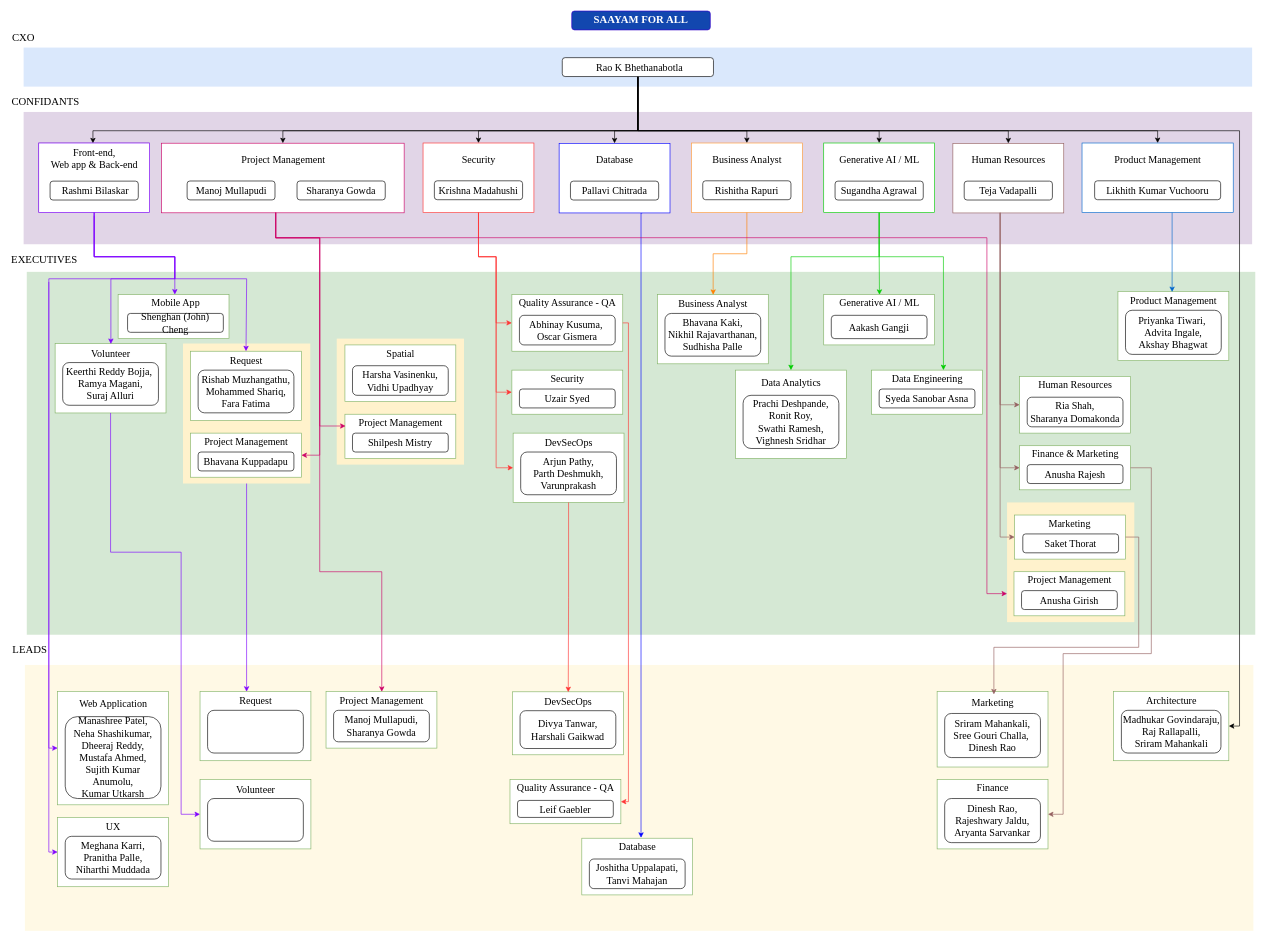
Before: saayam_organizationchart.drawio in PallaviChitrada10/PallaviChitrada10, a draw.io diagram. Source tidied: cells renumbered, new cells numbered last; positions are measured from the earlier drawing's top-left corner, leaving out a move shared by most shapes. Both pictures are drawn from the tidied source at 63%, with x=0, y=0 at pixel (11, 11).
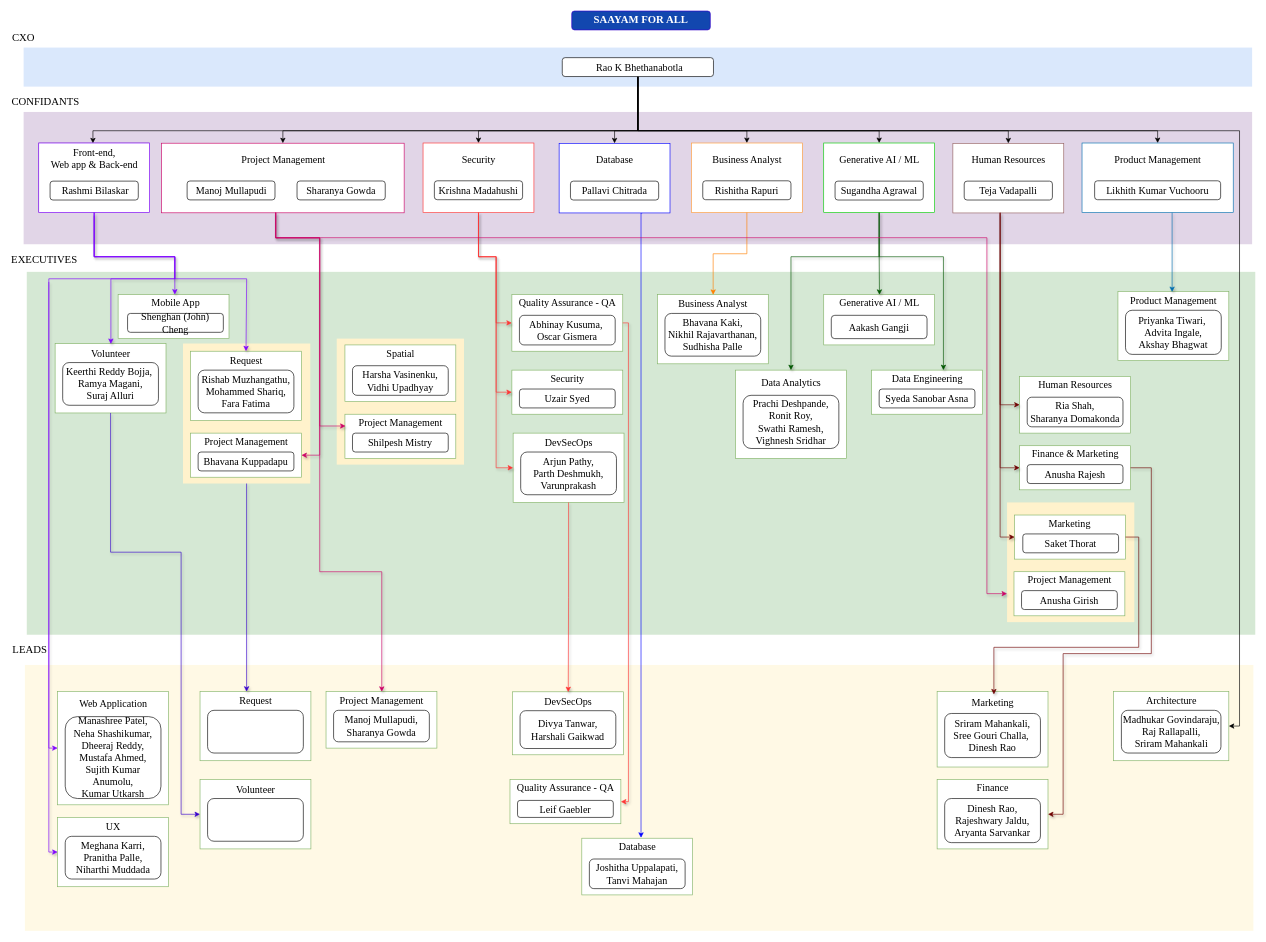
The same page after the edit.

Unchanged cells that the change refers to:
```xml
<mxCell id="20" style="rounded=0;whiteSpace=wrap;html=1;strokeColor=#7F00FF;fillColor=light-dark(#ffffff, #1f2f1e);fontFamily=Garamond;" parent="19" vertex="1">
<mxCell id="24" style="rounded=0;whiteSpace=wrap;html=1;strokeColor=#FF3333;fillColor=light-dark(#ffffff, #1f2f1e);fontFamily=Garamond;" parent="23" vertex="1">
<mxCell id="42" style="rounded=0;whiteSpace=wrap;html=1;strokeColor=#00CC00;fillColor=light-dark(#ffffff, #1f2f1e);fontFamily=Garamond;" parent="41" vertex="1">
<mxCell id="49" style="group;" parent="1" vertex="1">
<mxCell id="55" style="rounded=0;whiteSpace=wrap;html=1;strokeColor=#82b366;fillColor=light-dark(#ffffff, #1f2f1e);fontFamily=Garamond;" parent="54" vertex="1">
<mxCell id="60" style="rounded=0;whiteSpace=wrap;html=1;strokeColor=#82b366;fillColor=light-dark(#ffffff, #1f2f1e);fontFamily=Garamond;" parent="59" vertex="1">
<mxCell id="65" style="rounded=0;whiteSpace=wrap;html=1;strokeColor=#82b366;fillColor=light-dark(#ffffff, #1f2f1e);fontFamily=Garamond;" parent="64" vertex="1">
<mxCell id="70" style="rounded=0;whiteSpace=wrap;html=1;strokeColor=none;fillColor=#FFF2CC;fontFamily=Garamond;" parent="69" vertex="1">
<mxCell id="71" style="rounded=0;whiteSpace=wrap;html=1;strokeColor=#82b366;fillColor=light-dark(#ffffff, #1f2f1e);fontFamily=Garamond;" parent="69" vertex="1">
<mxCell id="76" style="rounded=0;whiteSpace=wrap;html=1;strokeColor=#82b366;fillColor=light-dark(#ffffff, #1f2f1e);fontFamily=Garamond;" parent="75" vertex="1">
<mxCell id="81" style="rounded=0;whiteSpace=wrap;html=1;strokeColor=#82b366;fillColor=light-dark(#ffffff, #1f2f1e);fontFamily=Garamond;" parent="80" vertex="1">
<mxCell id="86" style="rounded=0;whiteSpace=wrap;html=1;strokeColor=#82b366;fillColor=light-dark(#ffffff, #1f2f1e);fontFamily=Garamond;" parent="85" vertex="1">
<mxCell id="97" value="&lt;font face=&quot;Garamond&quot;&gt;&lt;span style=&quot;font-size: 16px;&quot;&gt;Generative AI / ML&lt;/span&gt;&lt;/font&gt;" style="text;html=1;whiteSpace=wrap;strokeColor=none;fillColor=none;align=center;verticalAlign=middle;rounded=0;" parent="95" vertex="1">
<mxCell id="108" value="&lt;font face=&quot;Garamond&quot;&gt;&lt;span style=&quot;font-size: 16px;&quot;&gt;Project Management&lt;/span&gt;&lt;/font&gt;" style="text;html=1;whiteSpace=wrap;strokeColor=none;fillColor=none;align=center;verticalAlign=middle;rounded=0;" parent="106" vertex="1">
<mxCell id="118" style="rounded=0;whiteSpace=wrap;html=1;strokeColor=#82b366;fillColor=light-dark(#ffffff, #1f2f1e);fontFamily=Garamond;" parent="116" vertex="1">
<mxCell id="133" style="rounded=0;whiteSpace=wrap;html=1;strokeColor=#82b366;fillColor=light-dark(#ffffff, #1f2f1e);fontFamily=Garamond;" parent="132" vertex="1">
<mxCell id="134" value="&lt;font face=&quot;Garamond&quot;&gt;&lt;span style=&quot;font-size: 16px;&quot;&gt;Volunteer&lt;/span&gt;&lt;/font&gt;" style="text;html=1;whiteSpace=wrap;strokeColor=none;fillColor=none;align=center;verticalAlign=middle;rounded=0;" parent="132" vertex="1">
<mxCell id="166" style="rounded=0;whiteSpace=wrap;html=1;strokeColor=#82b366;fillColor=light-dark(#ffffff, #1f2f1e);fontFamily=Garamond;" parent="165" vertex="1">
<mxCell id="172" style="rounded=0;whiteSpace=wrap;html=1;strokeColor=#82b366;fillColor=light-dark(#ffffff, #1f2f1e);fontFamily=Garamond;" parent="1" vertex="1">
<mxCell id="177" style="rounded=0;whiteSpace=wrap;html=1;strokeColor=#82b366;fillColor=light-dark(#ffffff, #1f2f1e);fontFamily=Garamond;" parent="176" vertex="1">
<mxCell id="183" style="rounded=0;whiteSpace=wrap;html=1;strokeColor=#82b366;fillColor=light-dark(#ffffff, #1f2f1e);fontFamily=Garamond;" parent="182" vertex="1">
<mxCell id="189" value="&lt;span style=&quot;font-family: Garamond; font-size: 16px;&quot;&gt;Project Management&lt;/span&gt;" style="text;html=1;whiteSpace=wrap;strokeColor=none;fillColor=none;align=center;verticalAlign=middle;rounded=0;" parent="1" vertex="1">
<mxCell id="199" value="&lt;font face=&quot;Garamond&quot;&gt;&lt;span style=&quot;font-size: 16px;&quot;&gt;DevSecOps&lt;/span&gt;&lt;/font&gt;" style="text;html=1;whiteSpace=wrap;strokeColor=none;fillColor=none;align=center;verticalAlign=middle;rounded=0;" parent="197" vertex="1">
<mxCell id="204" style="rounded=0;whiteSpace=wrap;html=1;strokeColor=#82b366;fillColor=light-dark(#ffffff, #1f2f1e);fontFamily=Garamond;" parent="203" vertex="1">
<mxCell id="216" value="&lt;font face=&quot;Garamond&quot;&gt;&lt;span style=&quot;font-size: 16px;&quot;&gt;Marketing&lt;/span&gt;&lt;/font&gt;" style="text;html=1;whiteSpace=wrap;strokeColor=none;fillColor=none;align=center;verticalAlign=middle;rounded=0;" parent="214" vertex="1">
<mxCell id="221" style="rounded=0;whiteSpace=wrap;html=1;strokeColor=#82b366;fillColor=light-dark(#ffffff, #1f2f1e);fontFamily=Garamond;" parent="220" vertex="1">
```

What changed in the source:
```diff
@@
-    <mxCell id="50" style="rounded=0;whiteSpace=wrap;html=1;strokeColor=#0066CC;fillColor=light-dark(#ffffff, #1f2f1e);fontFamily=Garamond;" parent="49" vertex="1">
+    <mxCell id="50" style="rounded=0;whiteSpace=wrap;html=1;strokeColor=#006EAF;fillColor=#FFFFFF;fontFamily=Garamond;fontColor=#ffffff;" parent="49" vertex="1">
       <mxGeometry width="240" height="110.5" as="geometry" />
     </mxCell>
@@
-    <mxCell id="142" style="edgeStyle=orthogonalEdgeStyle;rounded=0;jettySize=auto;html=1;exitX=0.5;exitY=1;exitDx=0;exitDy=0;entryX=0;entryY=0.5;entryDx=0;entryDy=0;strokeColor=#FF3333;" parent="1" edge="1" source="24" target="60">
+    <mxCell id="142" style="edgeStyle=orthogonalEdgeStyle;rounded=0;jettySize=auto;html=1;exitX=0.5;exitY=1;exitDx=0;exitDy=0;entryX=0;entryY=0.5;entryDx=0;entryDy=0;strokeColor=#FF3333;shadow=1;" parent="1" edge="1" source="24" target="60">
       <mxGeometry relative="1" as="geometry">
         <Array as="points">
           <mxPoint x="742" y="390" />
           <mxPoint x="770" y="390" />
           <mxPoint x="770" y="495" />
         </Array>
       </mxGeometry>
     </mxCell>
-    <mxCell id="143" style="edgeStyle=orthogonalEdgeStyle;rounded=0;jettySize=auto;html=1;exitX=0.5;exitY=1;exitDx=0;exitDy=0;entryX=0;entryY=0.5;entryDx=0;entryDy=0;strokeColor=#FF3333;" parent="1" edge="1" source="24" target="65">
+    <mxCell id="143" style="edgeStyle=orthogonalEdgeStyle;rounded=0;jettySize=auto;html=1;exitX=0.5;exitY=1;exitDx=0;exitDy=0;entryX=0;entryY=0.5;entryDx=0;entryDy=0;strokeColor=#FF3333;shadow=1;" parent="1" edge="1" source="24" target="65">
       <mxGeometry relative="1" as="geometry">
         <Array as="points">
           <mxPoint x="742" y="390" />
           <mxPoint x="770" y="390" />
           <mxPoint x="770" y="605" />
         </Array>
       </mxGeometry>
     </mxCell>
-    <mxCell id="144" style="edgeStyle=orthogonalEdgeStyle;rounded=0;jettySize=auto;html=1;exitX=0.5;exitY=1;exitDx=0;exitDy=0;entryX=0;entryY=0.5;entryDx=0;entryDy=0;fillColor=#99FFFF;strokeColor=#FF3333;" parent="1" edge="1" source="24" target="86">
+    <mxCell id="144" style="edgeStyle=orthogonalEdgeStyle;rounded=0;jettySize=auto;html=1;exitX=0.5;exitY=1;exitDx=0;exitDy=0;entryX=0;entryY=0.5;entryDx=0;entryDy=0;fillColor=#99FFFF;strokeColor=#FF3333;shadow=1;" parent="1" edge="1" source="24" target="86">
       <mxGeometry relative="1" as="geometry">
         <Array as="points">
           <mxPoint x="742" y="390" />
           <mxPoint x="770" y="390" />
           <mxPoint x="770" y="725" />
         </Array>
       </mxGeometry>
     </mxCell>
-    <mxCell id="145" style="edgeStyle=orthogonalEdgeStyle;rounded=0;jettySize=auto;html=1;entryX=1;entryY=0.5;entryDx=0;entryDy=0;strokeColor=#CC0066;" parent="1" edge="1" target="76">
+    <mxCell id="145" style="edgeStyle=orthogonalEdgeStyle;rounded=0;jettySize=auto;html=1;entryX=1;entryY=0.5;entryDx=0;entryDy=0;strokeColor=#CC0066;shadow=1;" parent="1" edge="1" target="76">
       <mxGeometry relative="1" as="geometry">
         <mxPoint x="420" y="320" as="sourcePoint" />
         <Array as="points">
           <mxPoint x="420" y="320" />
           <mxPoint x="420" y="360" />
           <mxPoint x="490" y="360" />
           <mxPoint x="490" y="705" />
         </Array>
       </mxGeometry>
     </mxCell>
-    <mxCell id="146" style="edgeStyle=orthogonalEdgeStyle;rounded=0;jettySize=auto;html=1;entryX=0;entryY=0.75;entryDx=0;entryDy=0;strokeColor=#CC0066;" parent="1" edge="1" target="108">
+    <mxCell id="146" style="edgeStyle=orthogonalEdgeStyle;rounded=0;jettySize=auto;html=1;entryX=0;entryY=0.75;entryDx=0;entryDy=0;strokeColor=#CC0066;shadow=1;" parent="1" edge="1" target="108">
       <mxGeometry relative="1" as="geometry">
         <mxPoint x="420" y="320" as="sourcePoint" />
         <Array as="points">
           <mxPoint x="420" y="320" />
           <mxPoint x="420" y="360" />
           <mxPoint x="490" y="360" />
           <mxPoint x="490" y="659" />
         </Array>
       </mxGeometry>
     </mxCell>
@@
-    <mxCell id="152" style="edgeStyle=orthogonalEdgeStyle;rounded=0;orthogonalLoop=1;jettySize=auto;html=1;exitX=0.5;exitY=1;exitDx=0;exitDy=0;strokeColor=#0066CC;" parent="1" edge="1">
+    <mxCell id="152" style="edgeStyle=orthogonalEdgeStyle;rounded=0;orthogonalLoop=1;jettySize=auto;html=1;exitX=0.5;exitY=1;exitDx=0;exitDy=0;strokeColor=#006EAF;curved=0;shadow=1;fillColor=#1ba1e2;" parent="1" edge="1">
       <mxGeometry relative="1" as="geometry">
         <mxPoint x="1843" y="320" as="sourcePoint" />
         <mxPoint x="1843" y="446" as="targetPoint" />
         <Array as="points">
           <mxPoint x="1843" y="446" />
         </Array>
       </mxGeometry>
     </mxCell>
@@
-    <mxCell id="154" style="edgeStyle=orthogonalEdgeStyle;rounded=0;jettySize=auto;html=1;exitX=0.5;exitY=1;exitDx=0;exitDy=0;entryX=0.5;entryY=0;entryDx=0;entryDy=0;strokeColor=#00CC00;" parent="1" edge="1" source="42" target="97">
+    <mxCell id="154" style="edgeStyle=orthogonalEdgeStyle;rounded=0;jettySize=auto;html=1;exitX=0.5;exitY=1;exitDx=0;exitDy=0;entryX=0.5;entryY=0;entryDx=0;entryDy=0;strokeColor=#005700;fillColor=#008a00;shadow=1;" parent="1" edge="1" source="42" target="97">
       <mxGeometry relative="1" as="geometry" />
     </mxCell>
-    <mxCell id="155" style="edgeStyle=orthogonalEdgeStyle;rounded=0;jettySize=auto;html=1;exitX=0.5;exitY=1;exitDx=0;exitDy=0;strokeColor=#00CC00;" parent="1" edge="1" source="42">
+    <mxCell id="155" style="edgeStyle=orthogonalEdgeStyle;rounded=0;jettySize=auto;html=1;exitX=0.5;exitY=1;exitDx=0;exitDy=0;strokeColor=#005700;fillColor=#008a00;shadow=1;" parent="1" edge="1" source="42">
       <mxGeometry relative="1" as="geometry">
         <mxPoint x="1480" y="570" as="targetPoint" />
         <Array as="points">
           <mxPoint x="1378" y="390" />
           <mxPoint x="1480" y="390" />
           <mxPoint x="1480" y="570" />
         </Array>
       </mxGeometry>
     </mxCell>
-    <mxCell id="156" style="edgeStyle=orthogonalEdgeStyle;rounded=0;jettySize=auto;html=1;exitX=0.5;exitY=1;exitDx=0;exitDy=0;strokeColor=#7F00FF;" parent="1" edge="1" source="20">
+    <mxCell id="156" style="edgeStyle=orthogonalEdgeStyle;rounded=0;jettySize=auto;html=1;exitX=0.5;exitY=1;exitDx=0;exitDy=0;strokeColor=#7F00FF;shadow=1;" parent="1" edge="1" source="20">
       <mxGeometry relative="1" as="geometry">
         <mxPoint x="260" y="450" as="targetPoint" />
         <Array as="points">
           <mxPoint x="132" y="390" />
           <mxPoint x="260" y="390" />
         </Array>
       </mxGeometry>
     </mxCell>
-    <mxCell id="157" style="edgeStyle=orthogonalEdgeStyle;rounded=0;jettySize=auto;html=1;exitX=0.5;exitY=1;exitDx=0;exitDy=0;entryX=0.5;entryY=0;entryDx=0;entryDy=0;strokeColor=#7F00FF;" parent="1" edge="1" source="20" target="134">
+    <mxCell id="157" style="edgeStyle=orthogonalEdgeStyle;rounded=0;jettySize=auto;html=1;exitX=0.5;exitY=1;exitDx=0;exitDy=0;entryX=0.5;entryY=0;entryDx=0;entryDy=0;strokeColor=#7F00FF;shadow=1;" parent="1" edge="1" source="20" target="134">
       <mxGeometry relative="1" as="geometry">
         <Array as="points">
           <mxPoint x="132" y="390" />
           <mxPoint x="260" y="390" />
           <mxPoint x="260" y="425" />
           <mxPoint x="159" y="425" />
         </Array>
       </mxGeometry>
     </mxCell>
-    <mxCell id="158" style="edgeStyle=orthogonalEdgeStyle;rounded=0;jettySize=auto;html=1;exitX=0.5;exitY=1;exitDx=0;exitDy=0;entryX=0.5;entryY=0;entryDx=0;entryDy=0;strokeColor=#7F00FF;" parent="1" edge="1" target="71">
+    <mxCell id="158" style="edgeStyle=orthogonalEdgeStyle;rounded=0;jettySize=auto;html=1;exitX=0.5;exitY=1;exitDx=0;exitDy=0;entryX=0.5;entryY=0;entryDx=0;entryDy=0;strokeColor=#7F00FF;shadow=1;" parent="1" edge="1" target="71">
       <mxGeometry relative="1" as="geometry">
         <mxPoint x="132" y="325" as="sourcePoint" />
         <Array as="points">
           <mxPoint x="132" y="390" />
           <mxPoint x="260" y="390" />
           <mxPoint x="260" y="425" />
           <mxPoint x="374" y="425" />
           <mxPoint x="374" y="540" />
         </Array>
       </mxGeometry>
     </mxCell>
-    <mxCell id="159" style="edgeStyle=orthogonalEdgeStyle;rounded=0;jettySize=auto;html=1;exitX=0.5;exitY=1;exitDx=0;exitDy=0;strokeColor=#00CC00;" parent="1" edge="1" source="42">
+    <mxCell id="159" style="edgeStyle=orthogonalEdgeStyle;rounded=0;jettySize=auto;html=1;exitX=0.5;exitY=1;exitDx=0;exitDy=0;strokeColor=#005700;fillColor=#008a00;shadow=1;" parent="1" edge="1" source="42">
       <mxGeometry relative="1" as="geometry">
         <mxPoint x="1238" y="570" as="targetPoint" />
         <Array as="points">
           <mxPoint x="1378" y="390" />
           <mxPoint x="1238" y="390" />
           <mxPoint x="1238" y="570" />
         </Array>
       </mxGeometry>
     </mxCell>
-    <mxCell id="160" style="edgeStyle=orthogonalEdgeStyle;rounded=0;jettySize=auto;html=1;entryX=0;entryY=0.5;entryDx=0;entryDy=0;strokeColor=light-dark(#946060,#946060);" parent="1" edge="1" target="55">
+    <mxCell id="160" style="edgeStyle=orthogonalEdgeStyle;rounded=0;jettySize=auto;html=1;entryX=0;entryY=0.5;entryDx=0;entryDy=0;strokeColor=#6F0000;fillColor=#a20025;shadow=1;" parent="1" edge="1" target="55">
       <mxGeometry relative="1" as="geometry">
         <mxPoint x="1570" y="321" as="sourcePoint" />
         <Array as="points">
           <mxPoint x="1570" y="321" />
           <mxPoint x="1570" y="625" />
         </Array>
       </mxGeometry>
     </mxCell>
-    <mxCell id="161" style="edgeStyle=orthogonalEdgeStyle;rounded=0;jettySize=auto;html=1;entryX=0;entryY=0.5;entryDx=0;entryDy=0;strokeColor=light-dark(#946060,#946060);" parent="1" edge="1" target="81">
+    <mxCell id="161" style="edgeStyle=orthogonalEdgeStyle;rounded=0;jettySize=auto;html=1;entryX=0;entryY=0.5;entryDx=0;entryDy=0;strokeColor=#6F0000;fillColor=#a20025;shadow=1;" parent="1" edge="1" target="81">
       <mxGeometry relative="1" as="geometry">
         <mxPoint x="1570" y="320" as="sourcePoint" />
         <Array as="points">
           <mxPoint x="1570" y="320" />
           <mxPoint x="1570" y="725" />
         </Array>
       </mxGeometry>
     </mxCell>
-    <mxCell id="162" style="edgeStyle=orthogonalEdgeStyle;rounded=0;jettySize=auto;html=1;entryX=0;entryY=0.5;entryDx=0;entryDy=0;strokeColor=light-dark(#946060,#946060);" parent="1" edge="1" target="118">
+    <mxCell id="162" style="edgeStyle=orthogonalEdgeStyle;rounded=0;jettySize=auto;html=1;entryX=0;entryY=0.5;entryDx=0;entryDy=0;strokeColor=#6F0000;fillColor=#a20025;shadow=1;" parent="1" edge="1" target="118">
       <mxGeometry relative="1" as="geometry">
         <mxPoint x="1570" y="320" as="sourcePoint" />
         <Array as="points">
           <mxPoint x="1570" y="321" />
           <mxPoint x="1570" y="835" />
         </Array>
       </mxGeometry>
     </mxCell>
-    <mxCell id="163" style="edgeStyle=orthogonalEdgeStyle;rounded=0;orthogonalLoop=1;jettySize=auto;html=1;exitX=0.5;exitY=1;exitDx=0;exitDy=0;entryX=0;entryY=0.5;entryDx=0;entryDy=0;strokeColor=#CC0066;" parent="1" edge="1">
+    <mxCell id="163" style="edgeStyle=orthogonalEdgeStyle;rounded=0;orthogonalLoop=1;jettySize=auto;html=1;exitX=0.5;exitY=1;exitDx=0;exitDy=0;entryX=0;entryY=0.5;entryDx=0;entryDy=0;strokeColor=#CC0066;shadow=1;" parent="1" edge="1">
       <mxGeometry relative="1" as="geometry">
         <mxPoint x="420.5" y="320" as="sourcePoint" />
         <mxPoint x="1581" y="924.8" as="targetPoint" />
         <Array as="points">
           <mxPoint x="421" y="359.8" />
           <mxPoint x="1549" y="359.8" />
           <mxPoint x="1549" y="924.8" />
         </Array>
       </mxGeometry>
     </mxCell>
@@
-    <mxCell id="170" style="edgeStyle=orthogonalEdgeStyle;rounded=0;jettySize=auto;html=1;entryX=0;entryY=0.5;entryDx=0;entryDy=0;strokeColor=#7F00FF;" parent="1" edge="1" target="166">
+    <mxCell id="170" style="edgeStyle=orthogonalEdgeStyle;rounded=0;jettySize=auto;html=1;entryX=0;entryY=0.5;entryDx=0;entryDy=0;strokeColor=#7F00FF;shadow=0;" parent="1" edge="1" target="166">
       <mxGeometry relative="1" as="geometry">
         <mxPoint x="132" y="320" as="sourcePoint" />
         <Array as="points">
           <mxPoint x="132" y="390" />
           <mxPoint x="260" y="390" />
           <mxPoint x="260" y="425" />
           <mxPoint x="60" y="425" />
           <mxPoint x="60" y="1170" />
         </Array>
       </mxGeometry>
     </mxCell>
-    <mxCell id="171" style="edgeStyle=orthogonalEdgeStyle;rounded=0;jettySize=auto;html=1;entryX=0;entryY=0.5;entryDx=0;entryDy=0;strokeColor=#7F00FF;" parent="1" edge="1" target="172">
+    <mxCell id="171" style="edgeStyle=orthogonalEdgeStyle;rounded=0;jettySize=auto;html=1;entryX=0;entryY=0.5;entryDx=0;entryDy=0;strokeColor=#7F00FF;shadow=1;" parent="1" edge="1" target="172">
       <mxGeometry relative="1" as="geometry">
         <mxPoint x="60" y="430" as="sourcePoint" />
         <Array as="points">
           <mxPoint x="60" y="430" />
           <mxPoint x="60" y="1335" />
         </Array>
       </mxGeometry>
     </mxCell>
@@
-    <mxCell id="181" style="edgeStyle=orthogonalEdgeStyle;rounded=0;jettySize=auto;html=1;exitX=0.5;exitY=1;exitDx=0;exitDy=0;entryX=0;entryY=0.5;entryDx=0;entryDy=0;strokeColor=#7F00FF;" parent="1" edge="1" source="133" target="183">
+    <mxCell id="181" style="edgeStyle=orthogonalEdgeStyle;rounded=0;jettySize=auto;html=1;exitX=0.5;exitY=1;exitDx=0;exitDy=0;entryX=0;entryY=0.5;entryDx=0;entryDy=0;strokeColor=#3700CC;shadow=1;fillColor=#6a00ff;" parent="1" edge="1" source="133" target="183">
       <mxGeometry relative="1" as="geometry">
         <Array as="points">
           <mxPoint x="158" y="859" />
           <mxPoint x="270" y="859" />
           <mxPoint x="270" y="1275" />
         </Array>
       </mxGeometry>
     </mxCell>
@@
-    <mxCell id="187" style="edgeStyle=orthogonalEdgeStyle;rounded=0;jettySize=auto;html=1;exitX=0.5;exitY=1;exitDx=0;exitDy=0;entryX=0.42;entryY=0.004;entryDx=0;entryDy=0;entryPerimeter=0;strokeColor=#7F00FF;" parent="1" edge="1" source="70" target="177">
+    <mxCell id="187" style="edgeStyle=orthogonalEdgeStyle;rounded=0;jettySize=auto;html=1;exitX=0.5;exitY=1;exitDx=0;exitDy=0;entryX=0.42;entryY=0.004;entryDx=0;entryDy=0;entryPerimeter=0;strokeColor=#3700CC;shadow=1;fillColor=#6a00ff;" parent="1" edge="1" source="70" target="177">
       <mxGeometry relative="1" as="geometry">
         <Array as="points">
           <mxPoint x="374" y="1080" />
         </Array>
       </mxGeometry>
     </mxCell>
@@
-    <mxCell id="191" style="edgeStyle=orthogonalEdgeStyle;rounded=0;jettySize=auto;html=1;entryX=0.5;entryY=0;entryDx=0;entryDy=0;elbow=vertical;strokeColor=#CC0066;" parent="1" edge="1" target="189">
+    <mxCell id="191" style="edgeStyle=orthogonalEdgeStyle;rounded=0;jettySize=auto;html=1;entryX=0.5;entryY=0;entryDx=0;entryDy=0;elbow=vertical;strokeColor=#CC0066;shadow=1;" parent="1" edge="1" target="189">
       <mxGeometry relative="1" as="geometry">
         <mxPoint x="420" y="320" as="sourcePoint" />
         <Array as="points">
           <mxPoint x="420" y="320" />
           <mxPoint x="420" y="360" />
           <mxPoint x="490" y="360" />
           <mxPoint x="490" y="890" />
           <mxPoint x="589" y="890" />
         </Array>
       </mxGeometry>
     </mxCell>
@@
-    <mxCell id="202" style="edgeStyle=orthogonalEdgeStyle;rounded=0;jettySize=auto;html=1;exitX=0.5;exitY=1;exitDx=0;exitDy=0;entryX=0.5;entryY=0;entryDx=0;entryDy=0;elbow=vertical;strokeColor=#FF3333;" parent="1" edge="1" source="86" target="199">
+    <mxCell id="202" style="edgeStyle=orthogonalEdgeStyle;rounded=0;jettySize=auto;html=1;exitX=0.5;exitY=1;exitDx=0;exitDy=0;entryX=0.5;entryY=0;entryDx=0;entryDy=0;elbow=vertical;strokeColor=#FF3333;shadow=1;" parent="1" edge="1" source="86" target="199">
       <mxGeometry relative="1" as="geometry" />
     </mxCell>
@@
-    <mxCell id="208" style="edgeStyle=orthogonalEdgeStyle;rounded=0;jettySize=auto;html=1;exitX=1;exitY=0.5;exitDx=0;exitDy=0;entryX=1;entryY=0.5;entryDx=0;entryDy=0;elbow=vertical;strokeColor=#FF3333;" parent="1" edge="1" source="60" target="204">
+    <mxCell id="208" style="edgeStyle=orthogonalEdgeStyle;rounded=0;jettySize=auto;html=1;exitX=1;exitY=0.5;exitDx=0;exitDy=0;entryX=1;entryY=0.5;entryDx=0;entryDy=0;elbow=vertical;strokeColor=#FF3333;shadow=1;" parent="1" edge="1" source="60" target="204">
       <mxGeometry relative="1" as="geometry">
         <Array as="points">
           <mxPoint x="980" y="495" />
           <mxPoint x="980" y="1255" />
         </Array>
       </mxGeometry>
     </mxCell>
@@
-    <mxCell id="219" style="edgeStyle=orthogonalEdgeStyle;rounded=0;jettySize=auto;html=1;exitX=1;exitY=0.5;exitDx=0;exitDy=0;entryX=0.509;entryY=0.188;entryDx=0;entryDy=0;entryPerimeter=0;elbow=vertical;strokeColor=light-dark(#946060,#946060);" parent="1" edge="1" source="118" target="216">
+    <mxCell id="219" style="edgeStyle=orthogonalEdgeStyle;rounded=0;jettySize=auto;html=1;exitX=1;exitY=0.5;exitDx=0;exitDy=0;entryX=0.509;entryY=0.188;entryDx=0;entryDy=0;entryPerimeter=0;elbow=vertical;strokeColor=#6F0000;fillColor=#a20025;shadow=1;" parent="1" edge="1" source="118" target="216">
       <mxGeometry relative="1" as="geometry">
         <Array as="points">
           <mxPoint x="1790" y="835" />
           <mxPoint x="1790" y="1010" />
           <mxPoint x="1560" y="1010" />
         </Array>
       </mxGeometry>
     </mxCell>
@@
-    <mxCell id="225" style="edgeStyle=orthogonalEdgeStyle;rounded=0;jettySize=auto;html=1;exitX=1;exitY=0.5;exitDx=0;exitDy=0;entryX=1;entryY=0.5;entryDx=0;entryDy=0;elbow=vertical;strokeColor=light-dark(#946060,#946060);" parent="1" edge="1" source="81" target="221">
+    <mxCell id="225" style="edgeStyle=orthogonalEdgeStyle;rounded=0;jettySize=auto;html=1;exitX=1;exitY=0.5;exitDx=0;exitDy=0;entryX=1;entryY=0.5;entryDx=0;entryDy=0;elbow=vertical;strokeColor=#6F0000;fillColor=#a20025;shadow=1;" parent="1" edge="1" source="81" target="221">
       <mxGeometry relative="1" as="geometry">
         <Array as="points">
           <mxPoint x="1810" y="725" />
           <mxPoint x="1810" y="1020" />
           <mxPoint x="1670" y="1020" />
           <mxPoint x="1670" y="1275" />
         </Array>
       </mxGeometry>
     </mxCell>
```
